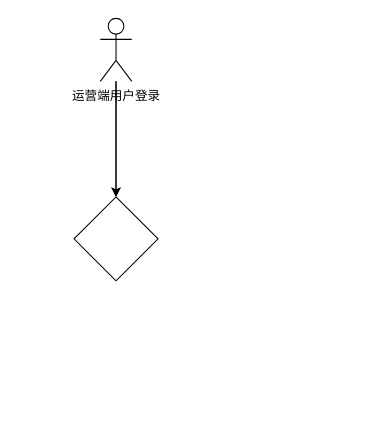
The draw.io diagram page "第 1 页" (1 of 2) of v-login.drawio in z-cloud-z/draw, before the edit. Source tidied: cells renumbered, new cells numbered last; positions are measured from the earlier drawing's top-left corner, leaving out a move shared by most shapes. Both pictures are drawn from the tidied source at 105%, with x=0, y=0 at pixel (74, 18).
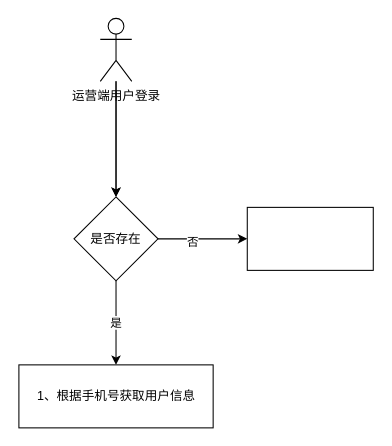
After the change.

What changed in the source:
```diff
@@
 <mxGraphModel>
   <root>
     <mxCell id="0" />
     <mxCell id="1" parent="0" />
     <mxCell id="2" style="edgeStyle=orthogonalEdgeStyle;rounded=0;jettySize=auto;html=1;" parent="1" edge="1" source="4" target="5">
       <mxGeometry relative="1" as="geometry" />
     </mxCell>
     <mxCell id="3" style="edgeStyle=orthogonalEdgeStyle;rounded=0;jettySize=auto;html=1;" parent="1" edge="1" source="4" target="5">
       <mxGeometry relative="1" as="geometry" />
     </mxCell>
     <mxCell id="4" value="运营端用户登录" style="shape=umlActor;verticalLabelPosition=bottom;verticalAlign=top;html=1;outlineConnect=0;" parent="1" vertex="1">
       <mxGeometry x="25" width="30" height="60" as="geometry" />
     </mxCell>
+    <mxCell id="6" value="是" style="edgeStyle=orthogonalEdgeStyle;rounded=0;jettySize=auto;html=1;" parent="1" edge="1" source="5" target="10">
+      <mxGeometry relative="1" as="geometry" />
+    </mxCell>
+    <mxCell id="7" style="edgeStyle=orthogonalEdgeStyle;rounded=0;jettySize=auto;html=1;" parent="1" edge="1" source="5" target="9">
+      <mxGeometry relative="1" as="geometry" />
+    </mxCell>
+    <mxCell id="8" value="否" style="edgeLabel;html=1;align=center;verticalAlign=middle;" parent="7" vertex="1">
+      <mxGeometry x="-0.25" y="-2" relative="1" as="geometry" />
+    </mxCell>
-    <mxCell id="5" style="rhombus;whiteSpace=wrap;html=1;" parent="1" vertex="1">
+    <mxCell id="5" value="是否存在" style="rhombus;whiteSpace=wrap;html=1;" parent="1" vertex="1">
       <mxGeometry y="170" width="80" height="80" as="geometry" />
     </mxCell>
+    <mxCell id="9" style="rounded=0;whiteSpace=wrap;html=1;" parent="1" vertex="1">
+      <mxGeometry x="165" y="180" width="120" height="60" as="geometry" />
+    </mxCell>
+    <mxCell id="10" value="1、根据手机号获取用户信息" style="rounded=0;whiteSpace=wrap;html=1;" parent="1" vertex="1">
+      <mxGeometry x="-52.5" y="330" width="185" height="60" as="geometry" />
+    </mxCell>
   </root>
 </mxGraphModel>
```
